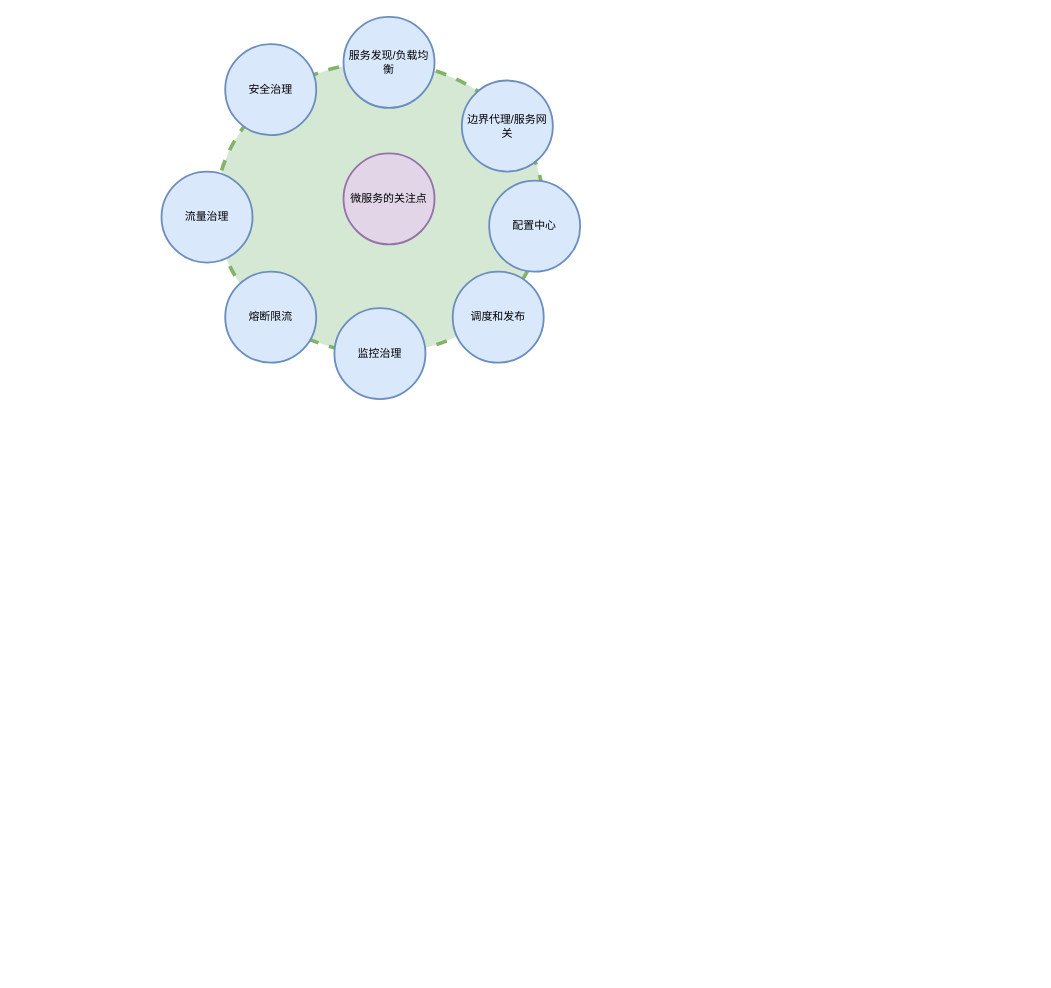
cruecrue/javastudy keeps this draw.io diagram as page "Page-4" (4 of 5) of JVM (5).drawio. Above is the earlier version. Source tidied: cells renumbered, new cells numbered last; positions are measured from the earlier drawing's top-left corner, leaving out a move shared by most shapes. Both pictures are drawn from the tidied source at 91%, with x=0, y=0 at pixel (161, 16).
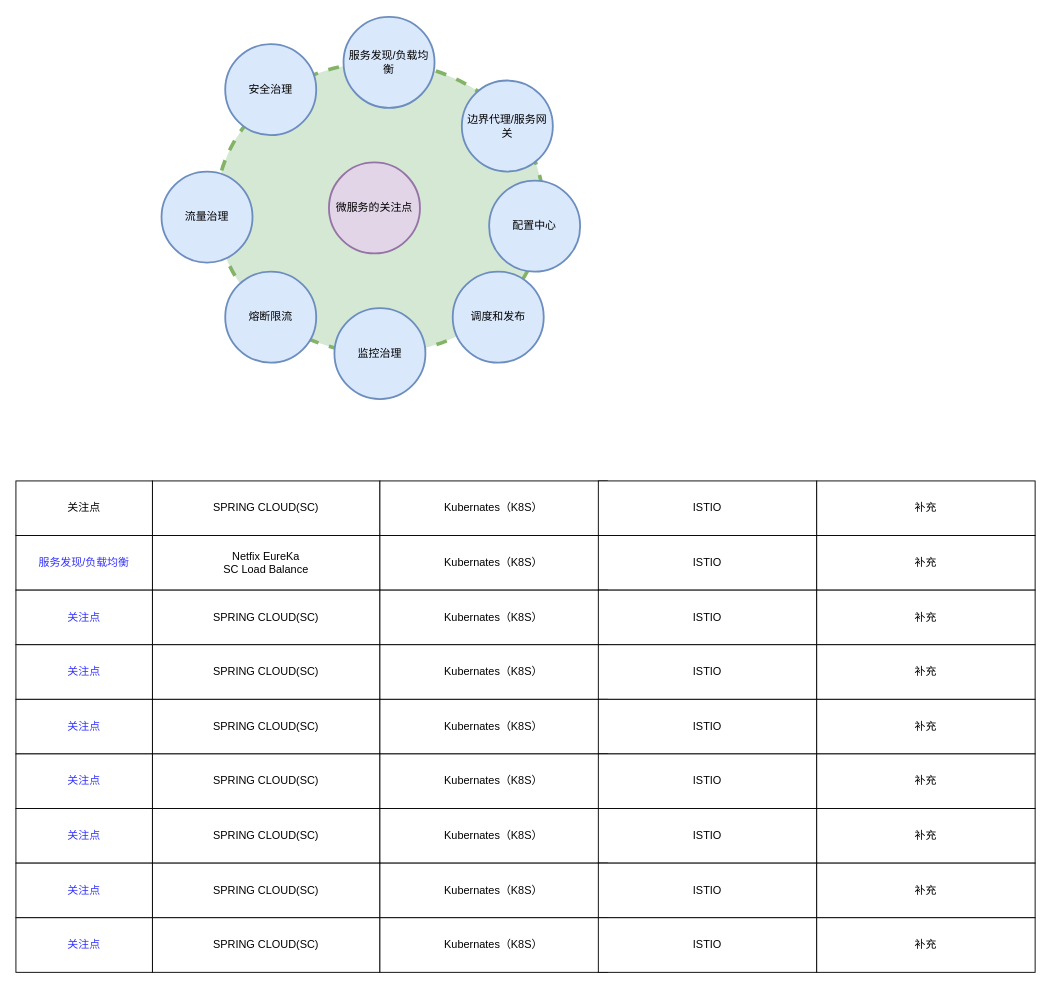
The same diagram, later.

The edit, as a diff of the source:
```diff
@@
     <mxCell id="11" value="微服务的关注点" style="strokeWidth=2;html=1;shape=mxgraph.flowchart.start_2;whiteSpace=wrap;fillColor=#e1d5e7;strokeColor=#9673a6;" parent="1" vertex="1">
-      <mxGeometry x="200" y="150" width="100" height="100" as="geometry" />
+      <mxGeometry x="184" y="160" width="100" height="100" as="geometry" />
     </mxCell>
+    <mxCell id="12" value="关注点" style="rounded=0;whiteSpace=wrap;html=1;strokeWidth=1;" parent="1" vertex="1">
+      <mxGeometry x="-160" y="510" width="150" height="60" as="geometry" />
+    </mxCell>
+    <mxCell id="13" value="SPRING CLOUD(SC)" style="rounded=0;whiteSpace=wrap;html=1;strokeWidth=1;" parent="1" vertex="1">
+      <mxGeometry x="-10" y="510" width="250" height="60" as="geometry" />
+    </mxCell>
+    <mxCell id="14" value="Kubernates（K8S）" style="rounded=0;whiteSpace=wrap;html=1;strokeWidth=1;" parent="1" vertex="1">
+      <mxGeometry x="240" y="510" width="250" height="60" as="geometry" />
+    </mxCell>
+    <mxCell id="15" value="ISTIO" style="rounded=0;whiteSpace=wrap;html=1;strokeWidth=1;" parent="1" vertex="1">
+      <mxGeometry x="480" y="510" width="240" height="60" as="geometry" />
+    </mxCell>
+    <mxCell id="16" value="补充" style="rounded=0;whiteSpace=wrap;html=1;strokeWidth=1;" parent="1" vertex="1">
+      <mxGeometry x="720" y="510" width="240" height="60" as="geometry" />
+    </mxCell>
+    <mxCell id="17" value="服务发现/负载均衡" style="rounded=0;whiteSpace=wrap;html=1;strokeWidth=1;fontColor=#3333FF;" parent="1" vertex="1">
+      <mxGeometry x="-160" y="570" width="150" height="60" as="geometry" />
+    </mxCell>
+    <mxCell id="18" value="Netfix EureKa&lt;br&gt;SC Load Balance" style="rounded=0;whiteSpace=wrap;html=1;strokeWidth=1;" parent="1" vertex="1">
+      <mxGeometry x="-10" y="570" width="250" height="60" as="geometry" />
+    </mxCell>
+    <mxCell id="19" value="Kubernates（K8S）" style="rounded=0;whiteSpace=wrap;html=1;strokeWidth=1;" parent="1" vertex="1">
+      <mxGeometry x="240" y="570" width="250" height="60" as="geometry" />
+    </mxCell>
+    <mxCell id="20" value="ISTIO" style="rounded=0;whiteSpace=wrap;html=1;strokeWidth=1;" parent="1" vertex="1">
+      <mxGeometry x="480" y="570" width="240" height="60" as="geometry" />
+    </mxCell>
+    <mxCell id="21" value="补充" style="rounded=0;whiteSpace=wrap;html=1;strokeWidth=1;" parent="1" vertex="1">
+      <mxGeometry x="720" y="570" width="240" height="60" as="geometry" />
+    </mxCell>
+    <mxCell id="22" value="关注点" style="rounded=0;whiteSpace=wrap;html=1;strokeWidth=1;fontColor=#3333FF;" parent="1" vertex="1">
+      <mxGeometry x="-160" y="630" width="150" height="60" as="geometry" />
+    </mxCell>
+    <mxCell id="23" value="SPRING CLOUD(SC)" style="rounded=0;whiteSpace=wrap;html=1;strokeWidth=1;" parent="1" vertex="1">
+      <mxGeometry x="-10" y="630" width="250" height="60" as="geometry" />
+    </mxCell>
+    <mxCell id="24" value="Kubernates（K8S）" style="rounded=0;whiteSpace=wrap;html=1;strokeWidth=1;" parent="1" vertex="1">
+      <mxGeometry x="240" y="630" width="250" height="60" as="geometry" />
+    </mxCell>
+    <mxCell id="25" value="ISTIO" style="rounded=0;whiteSpace=wrap;html=1;strokeWidth=1;" parent="1" vertex="1">
+      <mxGeometry x="480" y="630" width="240" height="60" as="geometry" />
+    </mxCell>
+    <mxCell id="26" value="补充" style="rounded=0;whiteSpace=wrap;html=1;strokeWidth=1;" parent="1" vertex="1">
+      <mxGeometry x="720" y="630" width="240" height="60" as="geometry" />
+    </mxCell>
+    <mxCell id="27" value="关注点" style="rounded=0;whiteSpace=wrap;html=1;strokeWidth=1;fontColor=#3333FF;" parent="1" vertex="1">
+      <mxGeometry x="-160" y="690" width="150" height="60" as="geometry" />
+    </mxCell>
+    <mxCell id="28" value="SPRING CLOUD(SC)" style="rounded=0;whiteSpace=wrap;html=1;strokeWidth=1;" parent="1" vertex="1">
+      <mxGeometry x="-10" y="690" width="250" height="60" as="geometry" />
+    </mxCell>
+    <mxCell id="29" value="Kubernates（K8S）" style="rounded=0;whiteSpace=wrap;html=1;strokeWidth=1;" parent="1" vertex="1">
+      <mxGeometry x="240" y="690" width="250" height="60" as="geometry" />
+    </mxCell>
+    <mxCell id="30" value="ISTIO" style="rounded=0;whiteSpace=wrap;html=1;strokeWidth=1;" parent="1" vertex="1">
+      <mxGeometry x="480" y="690" width="240" height="60" as="geometry" />
+    </mxCell>
+    <mxCell id="31" value="补充" style="rounded=0;whiteSpace=wrap;html=1;strokeWidth=1;" parent="1" vertex="1">
+      <mxGeometry x="720" y="690" width="240" height="60" as="geometry" />
+    </mxCell>
+    <mxCell id="32" value="关注点" style="rounded=0;whiteSpace=wrap;html=1;strokeWidth=1;fontColor=#3333FF;" parent="1" vertex="1">
+      <mxGeometry x="-160" y="750" width="150" height="60" as="geometry" />
+    </mxCell>
+    <mxCell id="33" value="SPRING CLOUD(SC)" style="rounded=0;whiteSpace=wrap;html=1;strokeWidth=1;" parent="1" vertex="1">
+      <mxGeometry x="-10" y="750" width="250" height="60" as="geometry" />
+    </mxCell>
+    <mxCell id="34" value="Kubernates（K8S）" style="rounded=0;whiteSpace=wrap;html=1;strokeWidth=1;" parent="1" vertex="1">
+      <mxGeometry x="240" y="750" width="250" height="60" as="geometry" />
+    </mxCell>
+    <mxCell id="35" value="ISTIO" style="rounded=0;whiteSpace=wrap;html=1;strokeWidth=1;" parent="1" vertex="1">
+      <mxGeometry x="480" y="750" width="240" height="60" as="geometry" />
+    </mxCell>
+    <mxCell id="36" value="补充" style="rounded=0;whiteSpace=wrap;html=1;strokeWidth=1;" parent="1" vertex="1">
+      <mxGeometry x="720" y="750" width="240" height="60" as="geometry" />
+    </mxCell>
+    <mxCell id="37" value="关注点" style="rounded=0;whiteSpace=wrap;html=1;strokeWidth=1;fontColor=#3333FF;" parent="1" vertex="1">
+      <mxGeometry x="-160" y="810" width="150" height="60" as="geometry" />
+    </mxCell>
+    <mxCell id="38" value="SPRING CLOUD(SC)" style="rounded=0;whiteSpace=wrap;html=1;strokeWidth=1;" parent="1" vertex="1">
+      <mxGeometry x="-10" y="810" width="250" height="60" as="geometry" />
+    </mxCell>
+    <mxCell id="39" value="Kubernates（K8S）" style="rounded=0;whiteSpace=wrap;html=1;strokeWidth=1;" parent="1" vertex="1">
+      <mxGeometry x="240" y="810" width="250" height="60" as="geometry" />
+    </mxCell>
+    <mxCell id="40" value="ISTIO" style="rounded=0;whiteSpace=wrap;html=1;strokeWidth=1;" parent="1" vertex="1">
+      <mxGeometry x="480" y="810" width="240" height="60" as="geometry" />
+    </mxCell>
+    <mxCell id="41" value="补充" style="rounded=0;whiteSpace=wrap;html=1;strokeWidth=1;" parent="1" vertex="1">
+      <mxGeometry x="720" y="810" width="240" height="60" as="geometry" />
+    </mxCell>
+    <mxCell id="42" value="关注点" style="rounded=0;whiteSpace=wrap;html=1;strokeWidth=1;fontColor=#3333FF;" parent="1" vertex="1">
+      <mxGeometry x="-160" y="870" width="150" height="60" as="geometry" />
+    </mxCell>
+    <mxCell id="43" value="SPRING CLOUD(SC)" style="rounded=0;whiteSpace=wrap;html=1;strokeWidth=1;" parent="1" vertex="1">
+      <mxGeometry x="-10" y="870" width="250" height="60" as="geometry" />
+    </mxCell>
+    <mxCell id="44" value="Kubernates（K8S）" style="rounded=0;whiteSpace=wrap;html=1;strokeWidth=1;" parent="1" vertex="1">
+      <mxGeometry x="240" y="870" width="250" height="60" as="geometry" />
+    </mxCell>
+    <mxCell id="45" value="ISTIO" style="rounded=0;whiteSpace=wrap;html=1;strokeWidth=1;" parent="1" vertex="1">
+      <mxGeometry x="480" y="870" width="240" height="60" as="geometry" />
+    </mxCell>
+    <mxCell id="46" value="补充" style="rounded=0;whiteSpace=wrap;html=1;strokeWidth=1;" parent="1" vertex="1">
+      <mxGeometry x="720" y="870" width="240" height="60" as="geometry" />
+    </mxCell>
+    <mxCell id="47" value="关注点" style="rounded=0;whiteSpace=wrap;html=1;strokeWidth=1;fontColor=#3333FF;" parent="1" vertex="1">
+      <mxGeometry x="-160" y="930" width="150" height="60" as="geometry" />
+    </mxCell>
+    <mxCell id="48" value="SPRING CLOUD(SC)" style="rounded=0;whiteSpace=wrap;html=1;strokeWidth=1;" parent="1" vertex="1">
+      <mxGeometry x="-10" y="930" width="250" height="60" as="geometry" />
+    </mxCell>
+    <mxCell id="49" value="Kubernates（K8S）" style="rounded=0;whiteSpace=wrap;html=1;strokeWidth=1;" parent="1" vertex="1">
+      <mxGeometry x="240" y="930" width="250" height="60" as="geometry" />
+    </mxCell>
+    <mxCell id="50" value="ISTIO" style="rounded=0;whiteSpace=wrap;html=1;strokeWidth=1;" parent="1" vertex="1">
+      <mxGeometry x="480" y="930" width="240" height="60" as="geometry" />
+    </mxCell>
+    <mxCell id="51" value="补充" style="rounded=0;whiteSpace=wrap;html=1;strokeWidth=1;" parent="1" vertex="1">
+      <mxGeometry x="720" y="930" width="240" height="60" as="geometry" />
+    </mxCell>
+    <mxCell id="52" value="关注点" style="rounded=0;whiteSpace=wrap;html=1;strokeWidth=1;fontColor=#3333FF;" parent="1" vertex="1">
+      <mxGeometry x="-160" y="990" width="150" height="60" as="geometry" />
+    </mxCell>
+    <mxCell id="53" value="SPRING CLOUD(SC)" style="rounded=0;whiteSpace=wrap;html=1;strokeWidth=1;" parent="1" vertex="1">
+      <mxGeometry x="-10" y="990" width="250" height="60" as="geometry" />
+    </mxCell>
+    <mxCell id="54" value="Kubernates（K8S）" style="rounded=0;whiteSpace=wrap;html=1;strokeWidth=1;" parent="1" vertex="1">
+      <mxGeometry x="240" y="990" width="250" height="60" as="geometry" />
+    </mxCell>
+    <mxCell id="55" value="ISTIO" style="rounded=0;whiteSpace=wrap;html=1;strokeWidth=1;" parent="1" vertex="1">
+      <mxGeometry x="480" y="990" width="240" height="60" as="geometry" />
+    </mxCell>
+    <mxCell id="56" value="补充" style="rounded=0;whiteSpace=wrap;html=1;strokeWidth=1;" parent="1" vertex="1">
+      <mxGeometry x="720" y="990" width="240" height="60" as="geometry" />
+    </mxCell>
```
